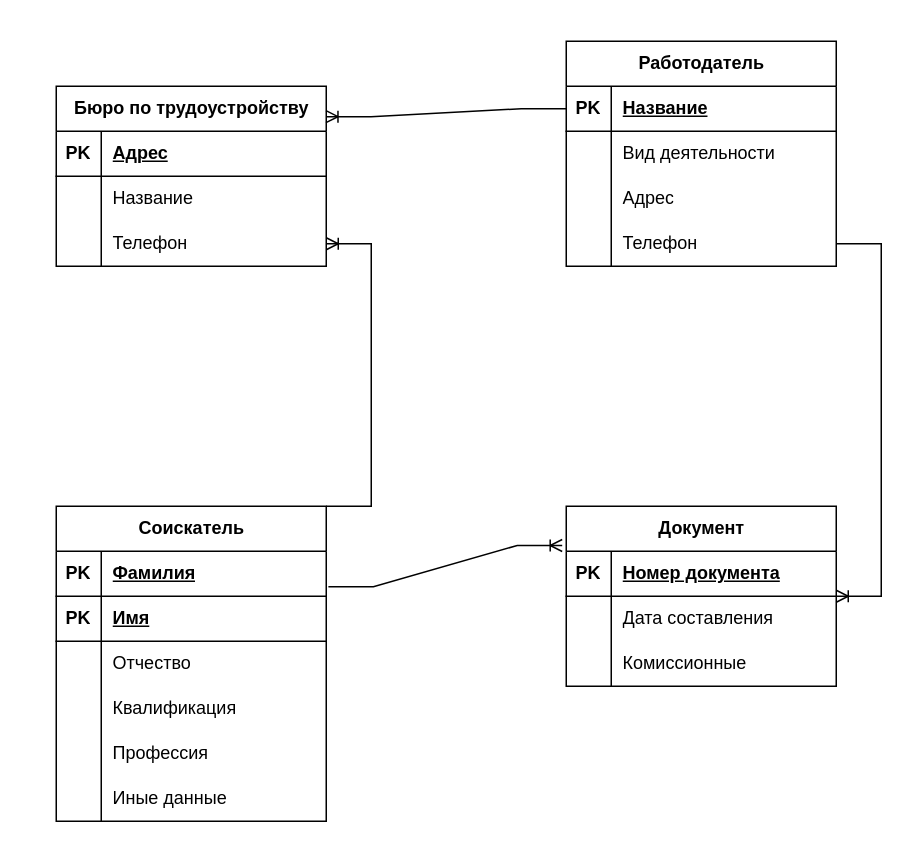
The draw.io diagram ind.drawio in minikarha/hueta, before the edit. Source tidied: cells renumbered, new cells numbered last; positions are measured from the earlier drawing's top-left corner, leaving out a move shared by most shapes. Both pictures are drawn from the tidied source at 150%, with x=0, y=0 at pixel (56, 40).
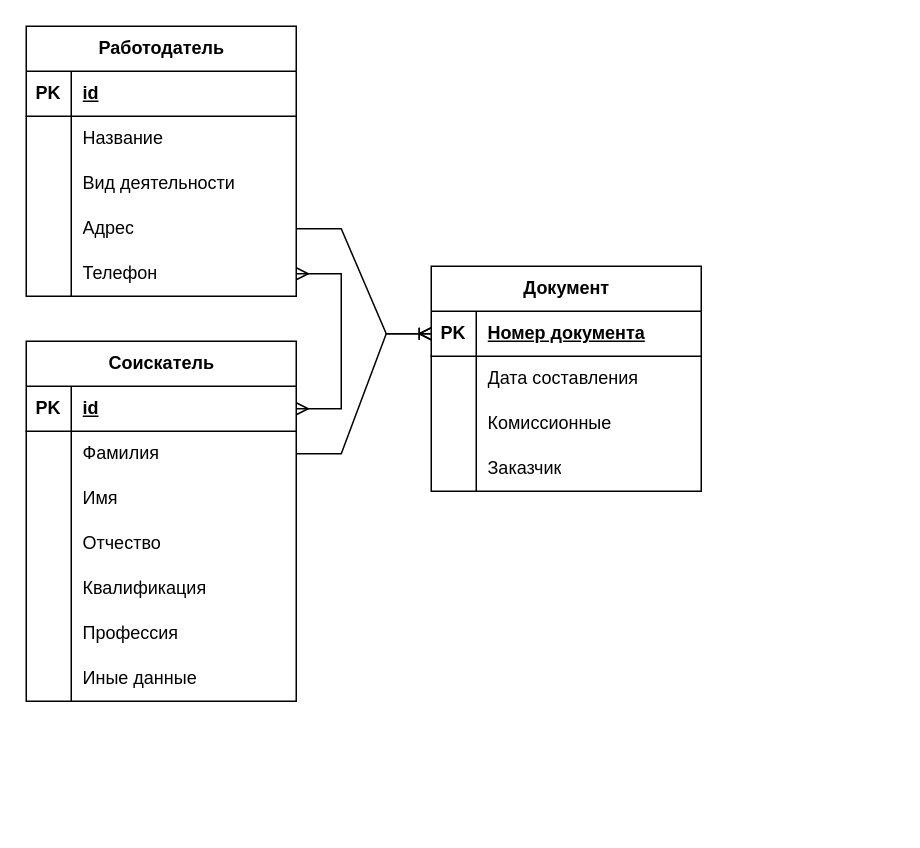
The same diagram, later.

The change refers to these unchanged cells:
```xml
<mxCell id="13" style="shape=tableRow;horizontal=0;startSize=0;swimlaneHead=0;swimlaneBody=0;fillColor=none;points=[[0,0.5],[1,0.5]];portConstraint=eastwest;top=0;left=0;right=0;bottom=1;" parent="12" vertex="1">
  <mxGeometry y="30" width="180" height="30" as="geometry" />
</mxCell>
<mxCell id="26" style="shape=tableRow;horizontal=0;startSize=0;swimlaneHead=0;swimlaneBody=0;fillColor=none;points=[[0,0.5],[1,0.5]];portConstraint=eastwest;top=0;left=0;right=0;bottom=1;" parent="25" vertex="1">
  <mxGeometry y="30" width="180" height="30" as="geometry" />
</mxCell>
<mxCell id="36" style="shape=tableRow;horizontal=0;startSize=0;swimlaneHead=0;swimlaneBody=0;fillColor=none;points=[[0,0.5],[1,0.5]];portConstraint=eastwest;top=0;left=0;right=0;bottom=1;" parent="35" vertex="1">
  <mxGeometry y="30" width="180" height="30" as="geometry" />
</mxCell>
```

What changed in the source:
```diff
@@
-    <mxCell id="2" value="Бюро по трудоустройству" style="shape=table;startSize=30;childLayout=tableLayout;rowLines=0;fontStyle=1;align=center;html=1;" parent="1" vertex="1">
-      <mxGeometry y="30" width="180" height="120" as="geometry" />
-    </mxCell>
-    <mxCell id="3" style="shape=tableRow;horizontal=0;startSize=0;swimlaneHead=0;swimlaneBody=0;fillColor=none;top=0;left=0;right=0;bottom=1;" parent="2" vertex="1">
-      <mxGeometry y="30" width="180" height="30" as="geometry" />
-    </mxCell>
-    <mxCell id="4" value="PK" style="shape=partialRectangle;fillColor=none;top=0;left=0;bottom=0;right=0;fontStyle=1;overflow=hidden;whiteSpace=wrap;html=1;" parent="3" vertex="1">
-      <mxGeometry width="30" height="30" as="geometry" />
-    </mxCell>
-    <mxCell id="5" value="Адрес" style="shape=partialRectangle;fillColor=none;top=0;left=0;bottom=0;right=0;align=left;spacingLeft=6;fontStyle=5;overflow=hidden;whiteSpace=wrap;html=1;" parent="3" vertex="1">
-      <mxGeometry x="30" width="150" height="30" as="geometry" />
-    </mxCell>
-    <mxCell id="6" style="shape=tableRow;horizontal=0;startSize=0;swimlaneHead=0;swimlaneBody=0;fillColor=none;top=0;left=0;right=0;bottom=0;" parent="2" vertex="1">
-      <mxGeometry y="60" width="180" height="30" as="geometry" />
-    </mxCell>
-    <mxCell id="7" style="shape=partialRectangle;fillColor=none;top=0;left=0;bottom=0;right=0;overflow=hidden;whiteSpace=wrap;html=1;" parent="6" vertex="1">
-      <mxGeometry width="30" height="30" as="geometry" />
-    </mxCell>
-    <mxCell id="8" value="Название" style="shape=partialRectangle;fillColor=none;top=0;left=0;bottom=0;right=0;align=left;spacingLeft=6;overflow=hidden;whiteSpace=wrap;html=1;" parent="6" vertex="1">
-      <mxGeometry x="30" width="150" height="30" as="geometry" />
-    </mxCell>
-    <mxCell id="9" style="shape=tableRow;horizontal=0;startSize=0;swimlaneHead=0;swimlaneBody=0;fillColor=none;points=[[0,0.5],[1,0.5]];portConstraint=eastwest;top=0;left=0;right=0;bottom=0;" parent="2" vertex="1">
-      <mxGeometry y="90" width="180" height="30" as="geometry" />
-    </mxCell>
-    <mxCell id="10" style="shape=partialRectangle;fillColor=none;top=0;left=0;bottom=0;right=0;overflow=hidden;whiteSpace=wrap;html=1;" parent="9" vertex="1">
-      <mxGeometry width="30" height="30" as="geometry" />
-    </mxCell>
-    <mxCell id="11" value="Телефон" style="shape=partialRectangle;fillColor=none;top=0;left=0;bottom=0;right=0;align=left;spacingLeft=6;overflow=hidden;whiteSpace=wrap;html=1;" parent="9" vertex="1">
-      <mxGeometry x="30" width="150" height="30" as="geometry" />
-    </mxCell>
     <mxCell id="12" value="Работодатель" style="shape=table;startSize=30;childLayout=tableLayout;rowLines=0;fontStyle=1;align=center;html=1;" parent="1" vertex="1">
-      <mxGeometry x="340" width="180" height="150" as="geometry" />
+      <mxGeometry x="-20" y="-10" width="180" height="180" as="geometry" />
     </mxCell>
@@
-    <mxCell id="15" value="Название" style="shape=partialRectangle;fillColor=none;top=0;left=0;bottom=0;right=0;align=left;spacingLeft=6;fontStyle=5;overflow=hidden;whiteSpace=wrap;html=1;" parent="13" vertex="1">
+    <mxCell id="15" value="id" style="shape=partialRectangle;fillColor=none;top=0;left=0;bottom=0;right=0;align=left;spacingLeft=6;fontStyle=5;overflow=hidden;whiteSpace=wrap;html=1;" parent="13" vertex="1">
       <mxGeometry x="30" width="150" height="30" as="geometry" />
     </mxCell>
-    <mxCell id="16" style="shape=tableRow;horizontal=0;startSize=0;swimlaneHead=0;swimlaneBody=0;fillColor=none;top=0;left=0;right=0;bottom=0;" parent="12" vertex="1">
-      <mxGeometry y="60" width="180" height="30" as="geometry" />
-    </mxCell>
-    <mxCell id="17" style="shape=partialRectangle;fillColor=none;top=0;left=0;bottom=0;right=0;overflow=hidden;whiteSpace=wrap;html=1;" parent="16" vertex="1">
-      <mxGeometry width="30" height="30" as="geometry" />
-    </mxCell>
+    <mxCell id="58" style="shape=tableRow;horizontal=0;startSize=0;swimlaneHead=0;swimlaneBody=0;fillColor=none;top=0;left=0;right=0;bottom=0;" parent="12" vertex="1">
+      <mxGeometry y="60" width="180" height="30" as="geometry" />
+    </mxCell>
+    <mxCell id="59" style="shape=partialRectangle;fillColor=none;top=0;left=0;bottom=0;right=0;overflow=hidden;whiteSpace=wrap;html=1;" parent="58" vertex="1">
+      <mxGeometry width="30" height="30" as="geometry" />
+    </mxCell>
+    <mxCell id="8" value="Название" style="shape=partialRectangle;fillColor=none;top=0;left=0;bottom=0;right=0;align=left;spacingLeft=6;overflow=hidden;whiteSpace=wrap;html=1;" parent="58" vertex="1">
+      <mxGeometry x="30" width="150" height="30" as="geometry" />
+    </mxCell>
+    <mxCell id="60" style="shape=tableRow;horizontal=0;startSize=0;swimlaneHead=0;swimlaneBody=0;fillColor=none;top=0;left=0;right=0;bottom=0;" parent="12" vertex="1">
+      <mxGeometry y="90" width="180" height="30" as="geometry" />
+    </mxCell>
+    <mxCell id="61" style="shape=partialRectangle;fillColor=none;top=0;left=0;bottom=0;right=0;overflow=hidden;whiteSpace=wrap;html=1;" parent="60" vertex="1">
+      <mxGeometry width="30" height="30" as="geometry" />
+    </mxCell>
-    <mxCell id="18" value="Вид деятельности" style="shape=partialRectangle;fillColor=none;top=0;left=0;bottom=0;right=0;align=left;spacingLeft=6;overflow=hidden;whiteSpace=wrap;html=1;" parent="16" vertex="1">
+    <mxCell id="18" value="Вид деятельности" style="shape=partialRectangle;fillColor=none;top=0;left=0;bottom=0;right=0;align=left;spacingLeft=6;overflow=hidden;whiteSpace=wrap;html=1;" parent="60" vertex="1">
       <mxGeometry x="30" width="150" height="30" as="geometry" />
     </mxCell>
-    <mxCell id="19" style="shape=tableRow;horizontal=0;startSize=0;swimlaneHead=0;swimlaneBody=0;fillColor=none;top=0;left=0;right=0;bottom=0;" parent="12" vertex="1">
-      <mxGeometry y="90" width="180" height="30" as="geometry" />
-    </mxCell>
-    <mxCell id="20" style="shape=partialRectangle;fillColor=none;top=0;left=0;bottom=0;right=0;overflow=hidden;whiteSpace=wrap;html=1;" parent="19" vertex="1">
-      <mxGeometry width="30" height="30" as="geometry" />
-    </mxCell>
+    <mxCell id="62" style="shape=tableRow;horizontal=0;startSize=0;swimlaneHead=0;swimlaneBody=0;fillColor=none;points=[[0,0.5],[1,0.5]];portConstraint=eastwest;top=0;left=0;right=0;bottom=0;" parent="12" vertex="1">
+      <mxGeometry y="120" width="180" height="30" as="geometry" />
+    </mxCell>
+    <mxCell id="63" style="shape=partialRectangle;fillColor=none;top=0;left=0;bottom=0;right=0;overflow=hidden;whiteSpace=wrap;html=1;" parent="62" vertex="1">
+      <mxGeometry width="30" height="30" as="geometry" />
+    </mxCell>
-    <mxCell id="21" value="Адрес" style="shape=partialRectangle;fillColor=none;top=0;left=0;bottom=0;right=0;align=left;spacingLeft=6;overflow=hidden;whiteSpace=wrap;html=1;" parent="19" vertex="1">
+    <mxCell id="21" value="Адрес" style="shape=partialRectangle;fillColor=none;top=0;left=0;bottom=0;right=0;align=left;spacingLeft=6;overflow=hidden;whiteSpace=wrap;html=1;" parent="62" vertex="1">
       <mxGeometry x="30" width="150" height="30" as="geometry" />
     </mxCell>
-    <mxCell id="22" style="shape=tableRow;horizontal=0;startSize=0;swimlaneHead=0;swimlaneBody=0;fillColor=none;points=[[0,0.5],[1,0.5]];portConstraint=eastwest;top=0;left=0;right=0;bottom=0;" parent="12" vertex="1">
-      <mxGeometry y="120" width="180" height="30" as="geometry" />
-    </mxCell>
-    <mxCell id="23" style="shape=partialRectangle;fillColor=none;top=0;left=0;bottom=0;right=0;overflow=hidden;whiteSpace=wrap;html=1;" parent="22" vertex="1">
-      <mxGeometry width="30" height="30" as="geometry" />
-    </mxCell>
-    <mxCell id="24" value="Телефон" style="shape=partialRectangle;fillColor=none;top=0;left=0;bottom=0;right=0;align=left;spacingLeft=6;overflow=hidden;whiteSpace=wrap;html=1;" parent="22" vertex="1">
-      <mxGeometry x="30" width="150" height="30" as="geometry" />
-    </mxCell>
+    <mxCell id="64" style="shape=tableRow;horizontal=0;startSize=0;swimlaneHead=0;swimlaneBody=0;fillColor=none;points=[[0,0.5],[1,0.5]];portConstraint=eastwest;top=0;left=0;right=0;bottom=0;" parent="12" vertex="1">
+      <mxGeometry y="150" width="180" height="30" as="geometry" />
+    </mxCell>
+    <mxCell id="65" style="shape=partialRectangle;fillColor=none;top=0;left=0;bottom=0;right=0;overflow=hidden;whiteSpace=wrap;html=1;" parent="64" vertex="1">
+      <mxGeometry width="30" height="30" as="geometry" />
+    </mxCell>
+    <mxCell id="66" value="Телефон" style="shape=partialRectangle;fillColor=none;top=0;left=0;bottom=0;right=0;align=left;spacingLeft=6;overflow=hidden;whiteSpace=wrap;html=1;" parent="64" vertex="1">
+      <mxGeometry x="30" width="150" height="30" as="geometry" />
+    </mxCell>
     <mxCell id="25" value="Документ" style="shape=table;startSize=30;childLayout=tableLayout;rowLines=0;fontStyle=1;align=center;html=1;" parent="1" vertex="1">
-      <mxGeometry x="340" y="310" width="180" height="120" as="geometry" />
+      <mxGeometry x="250" y="150" width="180" height="150" as="geometry" />
     </mxCell>
@@
+    <mxCell id="67" style="shape=tableRow;horizontal=0;startSize=0;swimlaneHead=0;swimlaneBody=0;fillColor=none;top=0;left=0;right=0;bottom=0;" parent="25" vertex="1">
+      <mxGeometry y="120" width="180" height="30" as="geometry" />
+    </mxCell>
+    <mxCell id="68" style="shape=partialRectangle;fillColor=none;top=0;left=0;bottom=0;right=0;overflow=hidden;whiteSpace=wrap;html=1;" parent="67" vertex="1">
+      <mxGeometry width="30" height="30" as="geometry" />
+    </mxCell>
+    <mxCell id="69" value="Заказчик" style="shape=partialRectangle;fillColor=none;top=0;left=0;bottom=0;right=0;align=left;spacingLeft=6;overflow=hidden;whiteSpace=wrap;html=1;" parent="67" vertex="1">
+      <mxGeometry x="30" width="150" height="30" as="geometry" />
+    </mxCell>
     <mxCell id="35" value="Соискатель" style="shape=table;startSize=30;childLayout=tableLayout;rowLines=0;fontStyle=1;align=center;html=1;" parent="1" vertex="1">
-      <mxGeometry y="310" width="180" height="210" as="geometry" />
+      <mxGeometry x="-20" y="200" width="180" height="240" as="geometry" />
     </mxCell>
@@
-    <mxCell id="38" value="Фамилия" style="shape=partialRectangle;fillColor=none;top=0;left=0;bottom=0;right=0;align=left;spacingLeft=6;fontStyle=5;overflow=hidden;whiteSpace=wrap;html=1;" parent="36" vertex="1">
+    <mxCell id="38" value="id" style="shape=partialRectangle;fillColor=none;top=0;left=0;bottom=0;right=0;align=left;spacingLeft=6;fontStyle=5;overflow=hidden;whiteSpace=wrap;html=1;" parent="36" vertex="1">
       <mxGeometry x="30" width="150" height="30" as="geometry" />
     </mxCell>
-    <mxCell id="39" style="shape=tableRow;horizontal=0;startSize=0;swimlaneHead=0;swimlaneBody=0;fillColor=none;top=0;left=0;right=0;bottom=1;" parent="35" vertex="1">
-      <mxGeometry y="60" width="180" height="30" as="geometry" />
-    </mxCell>
-    <mxCell id="40" value="PK" style="shape=partialRectangle;fillColor=none;top=0;left=0;bottom=0;right=0;fontStyle=1;overflow=hidden;whiteSpace=wrap;html=1;" parent="39" vertex="1">
-      <mxGeometry width="30" height="30" as="geometry" />
-    </mxCell>
+    <mxCell id="70" style="shape=tableRow;horizontal=0;startSize=0;swimlaneHead=0;swimlaneBody=0;fillColor=none;points=[[0,0.5],[1,0.5]];portConstraint=eastwest;top=0;left=0;right=0;bottom=0;" parent="35" vertex="1">
+      <mxGeometry y="60" width="180" height="30" as="geometry" />
+    </mxCell>
+    <mxCell id="71" style="shape=partialRectangle;fillColor=none;top=0;left=0;bottom=0;right=0;overflow=hidden;whiteSpace=wrap;html=1;" parent="70" vertex="1">
+      <mxGeometry width="30" height="30" as="geometry" />
+    </mxCell>
+    <mxCell id="72" value="Фамилия" style="shape=partialRectangle;fillColor=none;top=0;left=0;bottom=0;right=0;align=left;spacingLeft=6;overflow=hidden;whiteSpace=wrap;html=1;" parent="70" vertex="1">
+      <mxGeometry x="30" width="150" height="30" as="geometry" />
+    </mxCell>
+    <mxCell id="73" style="shape=tableRow;horizontal=0;startSize=0;swimlaneHead=0;swimlaneBody=0;fillColor=none;top=0;left=0;right=0;bottom=0;" parent="35" vertex="1">
+      <mxGeometry y="90" width="180" height="30" as="geometry" />
+    </mxCell>
+    <mxCell id="74" style="shape=partialRectangle;fillColor=none;top=0;left=0;bottom=0;right=0;overflow=hidden;whiteSpace=wrap;html=1;" parent="73" vertex="1">
+      <mxGeometry width="30" height="30" as="geometry" />
+    </mxCell>
-    <mxCell id="41" value="Имя" style="shape=partialRectangle;fillColor=none;top=0;left=0;bottom=0;right=0;align=left;spacingLeft=6;fontStyle=5;overflow=hidden;whiteSpace=wrap;html=1;" parent="39" vertex="1">
+    <mxCell id="41" value="Имя" style="shape=partialRectangle;fillColor=none;top=0;left=0;bottom=0;right=0;align=left;spacingLeft=6;overflow=hidden;whiteSpace=wrap;html=1;" parent="73" vertex="1">
       <mxGeometry x="30" width="150" height="30" as="geometry" />
     </mxCell>
-    <mxCell id="42" style="shape=tableRow;horizontal=0;startSize=0;swimlaneHead=0;swimlaneBody=0;fillColor=none;top=0;left=0;right=0;bottom=0;" parent="35" vertex="1">
-      <mxGeometry y="90" width="180" height="30" as="geometry" />
-    </mxCell>
-    <mxCell id="43" style="shape=partialRectangle;fillColor=none;top=0;left=0;bottom=0;right=0;overflow=hidden;whiteSpace=wrap;html=1;" parent="42" vertex="1">
-      <mxGeometry width="30" height="30" as="geometry" />
-    </mxCell>
+    <mxCell id="75" style="shape=tableRow;horizontal=0;startSize=0;swimlaneHead=0;swimlaneBody=0;fillColor=none;top=0;left=0;right=0;bottom=0;" parent="35" vertex="1">
+      <mxGeometry y="120" width="180" height="30" as="geometry" />
+    </mxCell>
+    <mxCell id="76" style="shape=partialRectangle;fillColor=none;top=0;left=0;bottom=0;right=0;overflow=hidden;whiteSpace=wrap;html=1;" parent="75" vertex="1">
+      <mxGeometry width="30" height="30" as="geometry" />
+    </mxCell>
-    <mxCell id="44" value="Отчество" style="shape=partialRectangle;fillColor=none;top=0;left=0;bottom=0;right=0;align=left;spacingLeft=6;overflow=hidden;whiteSpace=wrap;html=1;" parent="42" vertex="1">
+    <mxCell id="44" value="Отчество" style="shape=partialRectangle;fillColor=none;top=0;left=0;bottom=0;right=0;align=left;spacingLeft=6;overflow=hidden;whiteSpace=wrap;html=1;" parent="75" vertex="1">
       <mxGeometry x="30" width="150" height="30" as="geometry" />
     </mxCell>
-    <mxCell id="45" style="shape=tableRow;horizontal=0;startSize=0;swimlaneHead=0;swimlaneBody=0;fillColor=none;top=0;left=0;right=0;bottom=0;" parent="35" vertex="1">
-      <mxGeometry y="120" width="180" height="30" as="geometry" />
-    </mxCell>
-    <mxCell id="46" style="shape=partialRectangle;fillColor=none;top=0;left=0;bottom=0;right=0;overflow=hidden;whiteSpace=wrap;html=1;" parent="45" vertex="1">
-      <mxGeometry width="30" height="30" as="geometry" />
-    </mxCell>
+    <mxCell id="77" style="shape=tableRow;horizontal=0;startSize=0;swimlaneHead=0;swimlaneBody=0;fillColor=none;top=0;left=0;right=0;bottom=0;" parent="35" vertex="1">
+      <mxGeometry y="150" width="180" height="30" as="geometry" />
+    </mxCell>
+    <mxCell id="78" style="shape=partialRectangle;fillColor=none;top=0;left=0;bottom=0;right=0;overflow=hidden;whiteSpace=wrap;html=1;" parent="77" vertex="1">
+      <mxGeometry width="30" height="30" as="geometry" />
+    </mxCell>
-    <mxCell id="47" value="Квалификация" style="shape=partialRectangle;fillColor=none;top=0;left=0;bottom=0;right=0;align=left;spacingLeft=6;overflow=hidden;whiteSpace=wrap;html=1;" parent="45" vertex="1">
+    <mxCell id="47" value="Квалификация" style="shape=partialRectangle;fillColor=none;top=0;left=0;bottom=0;right=0;align=left;spacingLeft=6;overflow=hidden;whiteSpace=wrap;html=1;" parent="77" vertex="1">
       <mxGeometry x="30" width="150" height="30" as="geometry" />
     </mxCell>
-    <mxCell id="48" style="shape=tableRow;horizontal=0;startSize=0;swimlaneHead=0;swimlaneBody=0;fillColor=none;top=0;left=0;right=0;bottom=0;" parent="35" vertex="1">
-      <mxGeometry y="150" width="180" height="30" as="geometry" />
-    </mxCell>
-    <mxCell id="49" style="shape=partialRectangle;fillColor=none;top=0;left=0;bottom=0;right=0;overflow=hidden;whiteSpace=wrap;html=1;" parent="48" vertex="1">
-      <mxGeometry width="30" height="30" as="geometry" />
-    </mxCell>
+    <mxCell id="51" style="shape=tableRow;horizontal=0;startSize=0;swimlaneHead=0;swimlaneBody=0;fillColor=none;top=0;left=0;right=0;bottom=0;" parent="35" vertex="1">
+      <mxGeometry y="180" width="180" height="30" as="geometry" />
+    </mxCell>
+    <mxCell id="79" style="shape=partialRectangle;fillColor=none;top=0;left=0;bottom=0;right=0;overflow=hidden;whiteSpace=wrap;html=1;" parent="51" vertex="1">
+      <mxGeometry width="30" height="30" as="geometry" />
+    </mxCell>
-    <mxCell id="50" value="Профессия" style="shape=partialRectangle;fillColor=none;top=0;left=0;bottom=0;right=0;align=left;spacingLeft=6;overflow=hidden;whiteSpace=wrap;html=1;" parent="48" vertex="1">
+    <mxCell id="50" value="Профессия" style="shape=partialRectangle;fillColor=none;top=0;left=0;bottom=0;right=0;align=left;spacingLeft=6;overflow=hidden;whiteSpace=wrap;html=1;" parent="51" vertex="1">
       <mxGeometry x="30" width="150" height="30" as="geometry" />
     </mxCell>
-    <mxCell id="51" style="shape=tableRow;horizontal=0;startSize=0;swimlaneHead=0;swimlaneBody=0;fillColor=none;top=0;left=0;right=0;bottom=0;" parent="35" vertex="1">
-      <mxGeometry y="180" width="180" height="30" as="geometry" />
-    </mxCell>
-    <mxCell id="52" style="shape=partialRectangle;fillColor=none;top=0;left=0;bottom=0;right=0;overflow=hidden;whiteSpace=wrap;html=1;" parent="51" vertex="1">
-      <mxGeometry width="30" height="30" as="geometry" />
-    </mxCell>
+    <mxCell id="80" style="shape=tableRow;horizontal=0;startSize=0;swimlaneHead=0;swimlaneBody=0;fillColor=none;top=0;left=0;right=0;bottom=0;" parent="35" vertex="1">
+      <mxGeometry y="210" width="180" height="30" as="geometry" />
+    </mxCell>
+    <mxCell id="81" style="shape=partialRectangle;fillColor=none;top=0;left=0;bottom=0;right=0;overflow=hidden;whiteSpace=wrap;html=1;" parent="80" vertex="1">
+      <mxGeometry width="30" height="30" as="geometry" />
+    </mxCell>
-    <mxCell id="53" value="Иные данные" style="shape=partialRectangle;fillColor=none;top=0;left=0;bottom=0;right=0;align=left;spacingLeft=6;overflow=hidden;whiteSpace=wrap;html=1;" parent="51" vertex="1">
+    <mxCell id="53" value="Иные данные" style="shape=partialRectangle;fillColor=none;top=0;left=0;bottom=0;right=0;align=left;spacingLeft=6;overflow=hidden;whiteSpace=wrap;html=1;" parent="80" vertex="1">
       <mxGeometry x="30" width="150" height="30" as="geometry" />
     </mxCell>
-    <mxCell id="54" style="edgeStyle=entityRelationEdgeStyle;fontSize=12;html=1;endArrow=ERoneToMany;rounded=0;entryX=0.999;entryY=0.169;entryDx=0;entryDy=0;entryPerimeter=0;exitX=0;exitY=0.5;exitDx=0;exitDy=0;" parent="1" edge="1" source="13" target="2">
-      <mxGeometry relative="1" as="geometry">
-        <Array as="points">
-          <mxPoint x="270" y="160" />
-        </Array>
-      </mxGeometry>
-    </mxCell>
-    <mxCell id="55" style="edgeStyle=entityRelationEdgeStyle;fontSize=12;html=1;endArrow=ERoneToMany;rounded=0;exitX=1;exitY=0;exitDx=0;exitDy=0;" parent="1" edge="1" source="35" target="9">
-      <mxGeometry relative="1" as="geometry">
-        <Array as="points">
-          <mxPoint x="200" y="350" />
-        </Array>
-      </mxGeometry>
-    </mxCell>
-    <mxCell id="56" style="edgeStyle=entityRelationEdgeStyle;fontSize=12;html=1;endArrow=ERoneToMany;rounded=0;entryX=-0.015;entryY=-0.128;entryDx=0;entryDy=0;entryPerimeter=0;exitX=1.008;exitY=0.789;exitDx=0;exitDy=0;exitPerimeter=0;" parent="1" edge="1" source="36" target="26">
+    <mxCell id="56" style="edgeStyle=entityRelationEdgeStyle;fontSize=12;html=1;endArrow=ERoneToMany;rounded=0;" parent="1" edge="1" source="70" target="26">
       <mxGeometry relative="1" as="geometry" />
     </mxCell>
-    <mxCell id="57" style="edgeStyle=entityRelationEdgeStyle;fontSize=12;html=1;endArrow=ERoneToMany;rounded=0;exitX=1;exitY=0.5;exitDx=0;exitDy=0;" parent="1" edge="1" source="22" target="25">
+    <mxCell id="57" style="edgeStyle=entityRelationEdgeStyle;fontSize=12;html=1;endArrow=ERoneToMany;rounded=0;entryX=0;entryY=0.5;entryDx=0;entryDy=0;" parent="1" edge="1" source="62" target="26">
       <mxGeometry relative="1" as="geometry" />
     </mxCell>
+    <mxCell id="82" style="edgeStyle=entityRelationEdgeStyle;fontSize=12;html=1;endArrow=ERmany;startArrow=ERmany;rounded=0;" parent="1" edge="1" source="36" target="64">
+      <mxGeometry relative="1" as="geometry" />
+    </mxCell>
```
